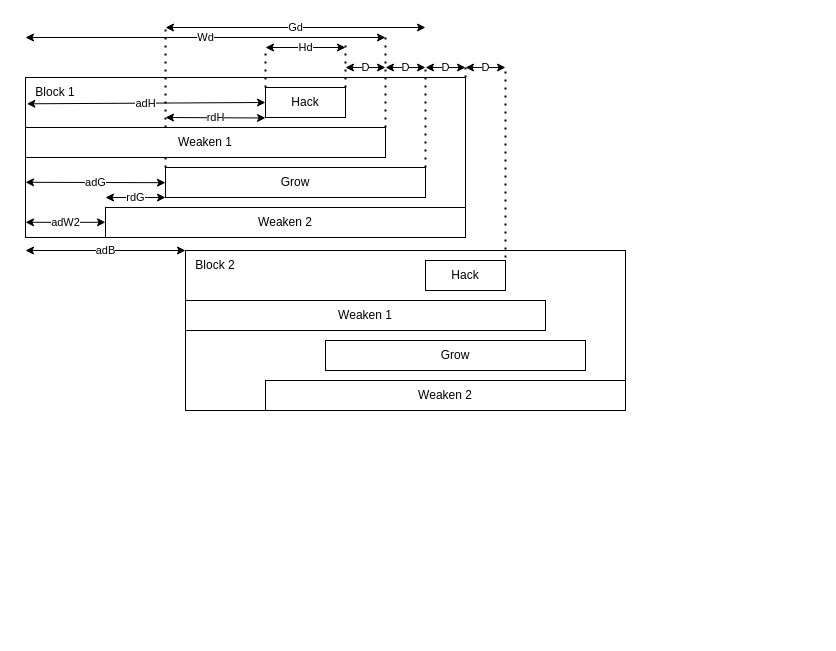
Before: batch-hacking.drawio in Desvart/bitburner, a draw.io diagram. Source tidied: cells renumbered, new cells numbered last; positions are measured from the earlier drawing's top-left corner, leaving out a move shared by most shapes. Both pictures are drawn from the tidied source at 100%, with x=0, y=0 at pixel (25, 27).
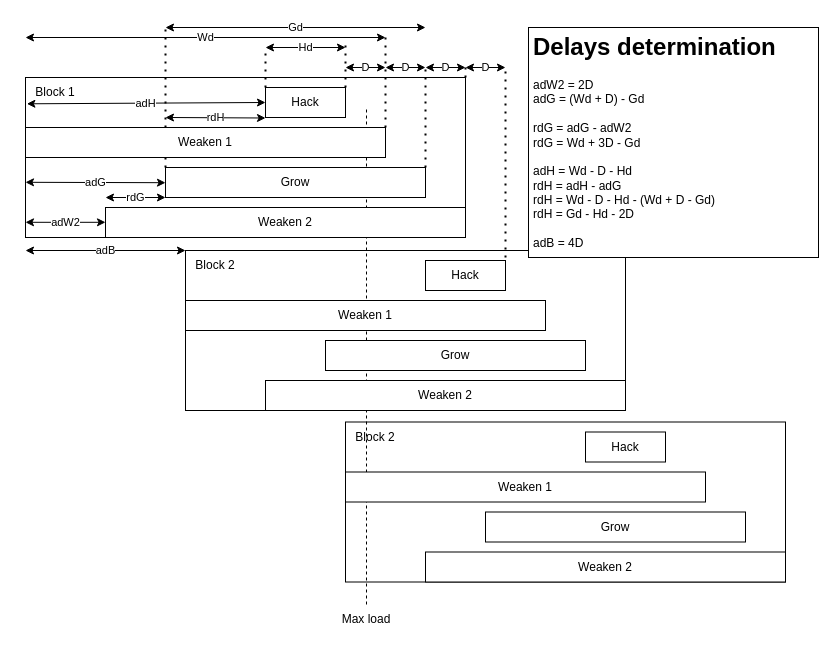
Above is the later version.

Diff of the diagram source:
```diff
@@
+    <mxCell id="34" style="rounded=0;whiteSpace=wrap;html=1;align=left;" parent="1" vertex="1">
+      <mxGeometry x="320" y="394.5" width="440" height="160" as="geometry" />
+    </mxCell>
+    <mxCell id="6" style="rounded=0;whiteSpace=wrap;html=1;align=left;" parent="1" vertex="1">
+      <mxGeometry x="160" y="223" width="440" height="160" as="geometry" />
+    </mxCell>
+    <mxCell id="35" style="endArrow=none;dashed=1;html=1;rounded=0;fontColor=#FFFFFF;" parent="1" edge="1" source="42">
+      <mxGeometry relative="1" as="geometry">
+        <mxPoint x="341" y="79" as="targetPoint" />
+      </mxGeometry>
+    </mxCell>
@@
-    <mxCell id="6" style="rounded=0;whiteSpace=wrap;html=1;align=left;" parent="1" vertex="1">
-      <mxGeometry x="160" y="223" width="440" height="160" as="geometry" />
-    </mxCell>
@@
+    <mxCell id="36" value="&lt;h1&gt;Delays determination&lt;/h1&gt;&lt;div&gt;adW2 = 2D&lt;/div&gt;&lt;div&gt;adG = (Wd + D) - Gd&lt;/div&gt;&lt;div&gt;&lt;br&gt;&lt;/div&gt;&lt;div&gt;rdG = adG - adW2&lt;/div&gt;&lt;div&gt;rdG = Wd + 3D - Gd&lt;/div&gt;&lt;div&gt;&lt;br&gt;&lt;/div&gt;&lt;div&gt;adH = Wd - D - Hd&lt;/div&gt;&lt;div&gt;rdH = adH - adG&lt;/div&gt;&lt;div&gt;rdH = Wd - D - Hd - (Wd + D - Gd)&lt;/div&gt;&lt;div&gt;rdH = Gd - Hd - 2D&lt;/div&gt;&lt;div&gt;&lt;br&gt;&lt;/div&gt;&lt;div&gt;adB = 4D&lt;/div&gt;" style="text;html=1;spacing=5;spacingTop=-20;whiteSpace=wrap;overflow=hidden;rounded=0;shadow=0;fillColor=default;strokeColor=default;" parent="1" vertex="1">
+      <mxGeometry x="503" width="290" height="230" as="geometry" />
+    </mxCell>
+    <mxCell id="37" value="Hack" style="rounded=0;whiteSpace=wrap;html=1;" parent="1" vertex="1">
+      <mxGeometry x="560" y="404.5" width="80" height="30" as="geometry" />
+    </mxCell>
+    <mxCell id="38" value="Weaken 1" style="rounded=0;whiteSpace=wrap;html=1;" parent="1" vertex="1">
+      <mxGeometry x="320" y="444.5" width="360" height="30" as="geometry" />
+    </mxCell>
+    <mxCell id="39" value="Weaken 2" style="rounded=0;whiteSpace=wrap;html=1;" parent="1" vertex="1">
+      <mxGeometry x="400" y="524.5" width="360" height="30" as="geometry" />
+    </mxCell>
+    <mxCell id="40" value="Grow" style="rounded=0;whiteSpace=wrap;html=1;" parent="1" vertex="1">
+      <mxGeometry x="460" y="484.5" width="260" height="30" as="geometry" />
+    </mxCell>
+    <mxCell id="41" value="Block 2" style="text;html=1;strokeColor=none;fillColor=none;align=center;verticalAlign=middle;whiteSpace=wrap;rounded=0;" parent="1" vertex="1">
+      <mxGeometry x="320" y="394.5" width="60" height="30" as="geometry" />
+    </mxCell>
+    <mxCell id="42" value="Max load" style="text;html=1;strokeColor=none;fillColor=none;align=center;verticalAlign=middle;whiteSpace=wrap;rounded=0;shadow=0;fontColor=#000000;" parent="1" vertex="1">
+      <mxGeometry x="311" y="577" width="60" height="30" as="geometry" />
+    </mxCell>
```
